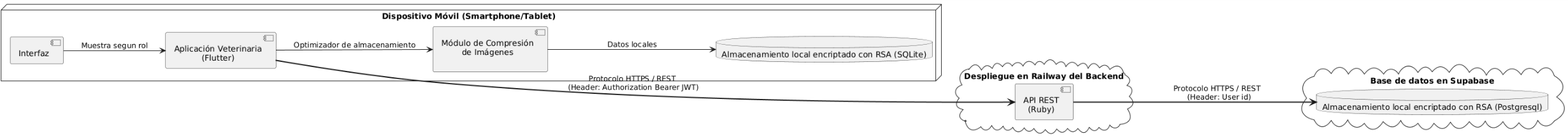
Earlier version of the PlantUML export Docs/diagrams/deployment_diagram.png (W1llpr0/prograMovil). Its source is kept beside it as deployment_diagram.puml.
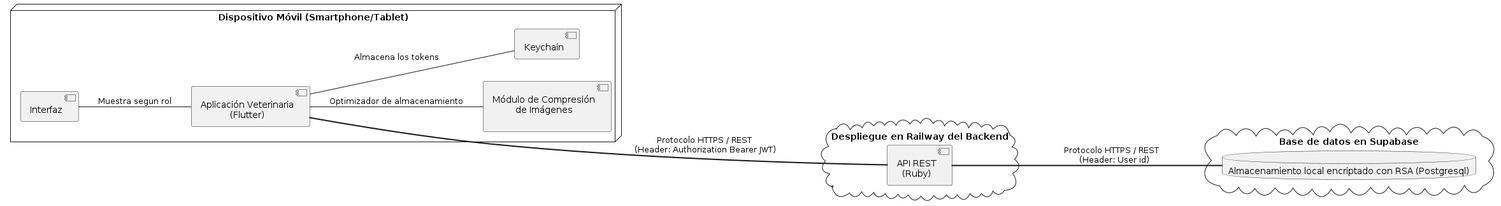
The same file after the commit.

Diff of the diagram source:
```diff
@@ -10,11 +10,10 @@
 
     component "Módulo de Compresión\nde Imágenes\n" as Compressor
 
-    database "Almacenamiento local encriptado con RSA (SQLite)" as database1
-
-    I -->AppFlutter: "Muestra segun rol"
-    AppFlutter --> Compressor : "Optimizador de almacenamiento"
-    Compressor -->database1: "Datos locales"
+    component "Keychain" as Keychain
+    I -- AppFlutter: "Muestra segun rol"
+    AppFlutter -- Compressor : "Optimizador de almacenamiento"
+    AppFlutter -- Keychain : "Almacena los tokens"
 }
 
 cloud "Despliegue en Railway del Backend" as Cloud1 {
@@ -27,7 +26,6 @@
 
 }
 
-AppFlutter ====> API : " Protocolo HTTPS / REST \n (Header: Authorization Bearer JWT)"
-API ====> database2 : "Protocolo HTTPS / REST \n (Header: User id)"
-
+AppFlutter ==== API : " Protocolo HTTPS / REST \n (Header: Authorization Bearer JWT)"
+API ==== database2 : "Protocolo HTTPS / REST \n (Header: User id)"
 @enduml
```
